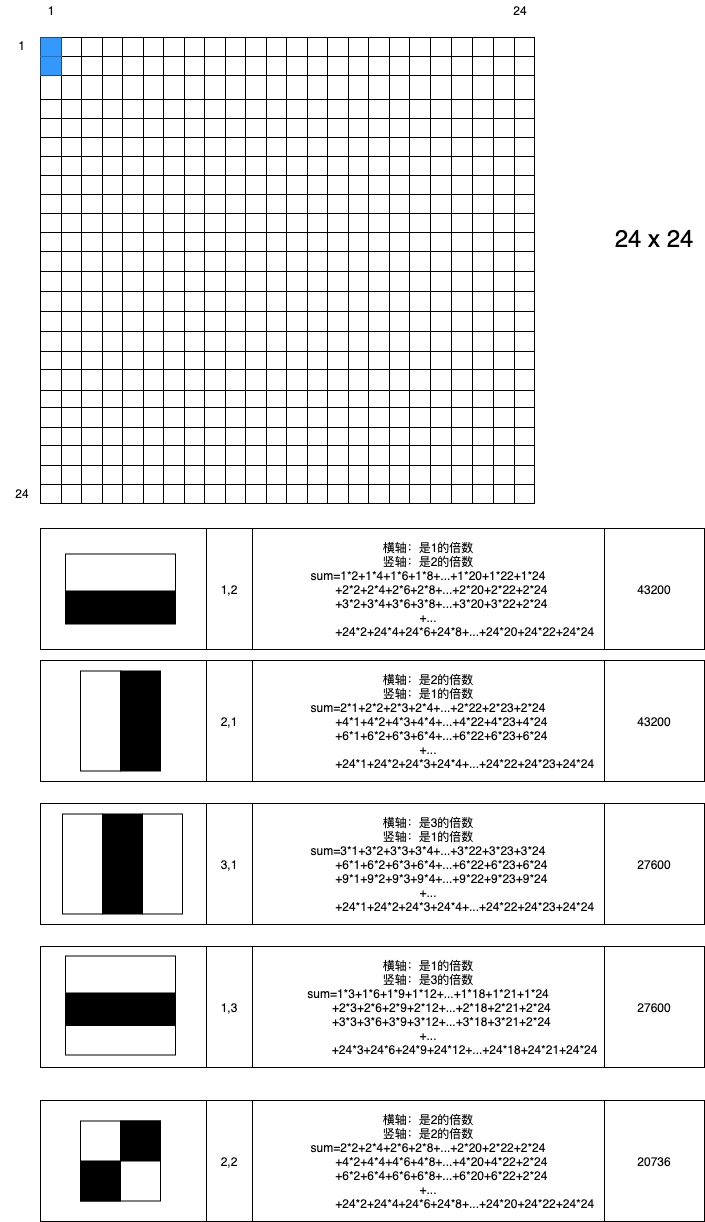
YlJava110/GitText keeps this draw.io diagram as 2021/04/27/人脸检测之Haar特征介绍/haar-image.drawio.png. Above is the earlier version. Source tidied: cells renumbered, new cells last; positions are measured from the earlier drawing's top-left corner, leaving out a move shared by most shapes.
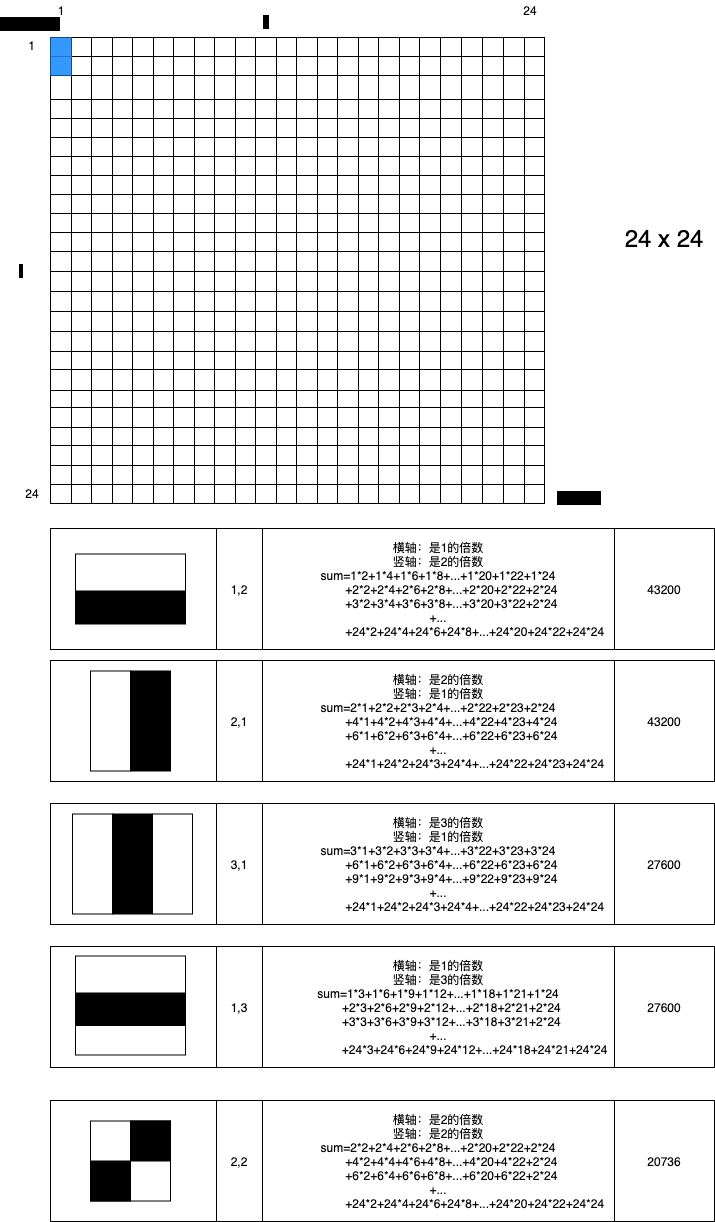
After the change.

The edit, as a diff of the source:
```diff
@@ -1949,5 +1949,17 @@
     <mxCell id="650" style="whiteSpace=wrap;html=1;fillColor=#000000;" parent="1" vertex="1">
       <mxGeometry x="120" y="1120.5" width="40" height="40" as="geometry" />
     </mxCell>
+    <mxCell id="651" value="A（x1,y1）" style="text;html=1;strokeColor=none;fillColor=none;align=center;verticalAlign=middle;whiteSpace=wrap;rounded=0;labelBackgroundColor=#000000;" parent="1" vertex="1">
+      <mxGeometry y="13" width="40" height="20" as="geometry" />
+    </mxCell>
+    <mxCell id="652" value="B(x2,y2)" style="text;html=1;strokeColor=none;fillColor=none;align=center;verticalAlign=middle;whiteSpace=wrap;rounded=0;labelBackgroundColor=#000000;" parent="1" vertex="1">
+      <mxGeometry x="549" y="487" width="40" height="20" as="geometry" />
+    </mxCell>
+    <mxCell id="653" value="s" style="text;html=1;strokeColor=none;fillColor=none;align=center;verticalAlign=middle;whiteSpace=wrap;rounded=0;labelBackgroundColor=#000000;" parent="1" vertex="1">
+      <mxGeometry x="236" y="11" width="40" height="20" as="geometry" />
+    </mxCell>
+    <mxCell id="654" value="t" style="text;html=1;strokeColor=none;fillColor=none;align=center;verticalAlign=middle;whiteSpace=wrap;rounded=0;labelBackgroundColor=#000000;" parent="1" vertex="1">
+      <mxGeometry x="-9" y="260" width="40" height="20" as="geometry" />
+    </mxCell>
   </root>
 </mxGraphModel>
```
